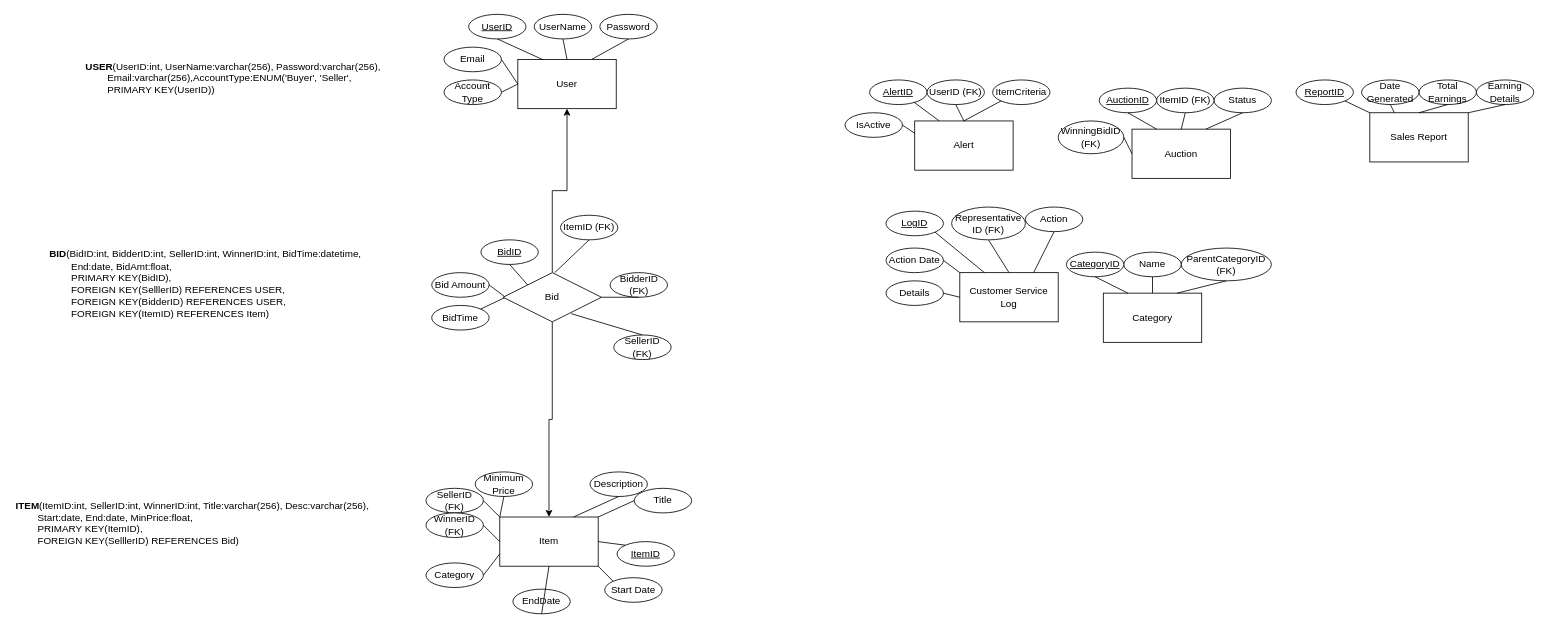
Earlier version of the draw.io diagram Project1ER.drawio (Swoopi/PrinInfo). Source tidied: cells renumbered, new cells numbered last; positions are measured from the earlier drawing's top-left corner, leaving out a move shared by most shapes. Both pictures are drawn from the tidied source at 82%, with x=0, y=0 at pixel (14, 14).
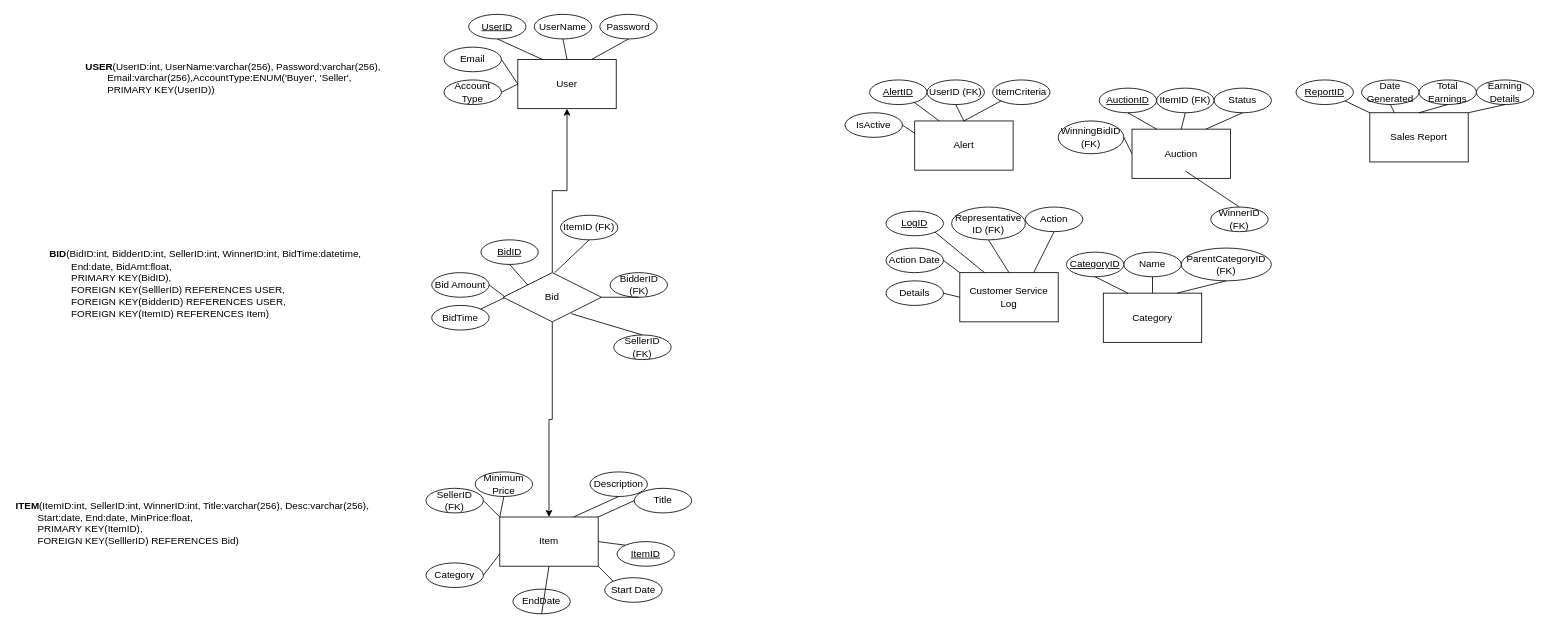
Above is the later version.

Commit message:
Moved Attribute - WinnerID (From Item, to Auction)

The change refers to these unchanged cells:
```xml
<mxCell id="2" value="Item" style="rounded=0;whiteSpace=wrap;html=1;" parent="1" vertex="1">
  <mxGeometry x="592" y="613" width="120" height="60" as="geometry" />
</mxCell>
```

Change to the diagram source:
```diff
@@
     <mxCell id="28" value="WinnerID (FK)" style="ellipse;whiteSpace=wrap;html=1;" parent="1" vertex="1">
-      <mxGeometry x="502" y="608" width="70" height="30" as="geometry" />
+      <mxGeometry x="1459" y="235" width="70" height="30" as="geometry" />
     </mxCell>
@@
-    <mxCell id="30" style="endArrow=none;html=1;rounded=0;entryX=1;entryY=0.5;entryDx=0;entryDy=0;exitX=0;exitY=0.5;exitDx=0;exitDy=0;" parent="1" edge="1" source="2" target="28">
-      <mxGeometry relative="1" as="geometry" />
+    <mxCell id="30" style="endArrow=none;html=1;rounded=0;entryX=0.5;entryY=0;entryDx=0;entryDy=0;" parent="1" edge="1" target="28">
+      <mxGeometry relative="1" as="geometry">
+        <mxPoint x="1428" y="191" as="sourcePoint" />
+      </mxGeometry>
     </mxCell>
```
